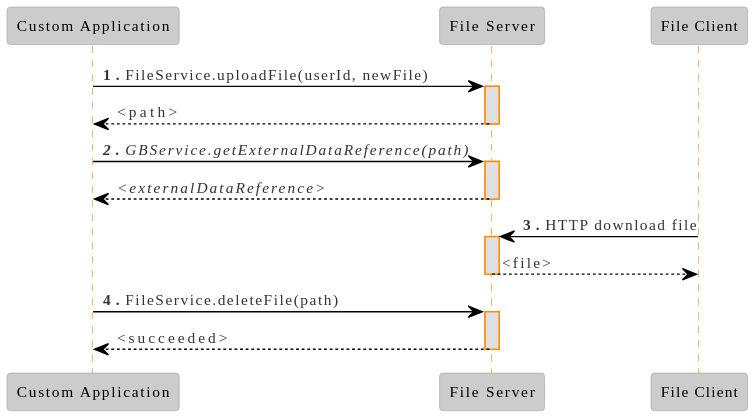
Before: docs/img/Sequence Diagram - Server - File Download.svg, a diagram exported from PlantUML (eluinstra/file-server-documentation). Its diagram source:
```plantuml
@startuml
!theme reddress-lightorange

skinparam backgroundColor transparent


participant "Custom Application" as app
participant "File Server" as fs
participant "File Client" as fc

app -> fs: **1.** FileService.uploadFile(userId, newFile)
activate fs

fs --> app: <path>
deactivate fs

app -> fs: //**2.** GBService.getExternalDataReference(path)//
activate fs

fs --> app: //<externalDataReference>//
deactivate fs

fc -> fs: **3.** HTTP download file
activate fs

fs --> fc: <file>
deactivate fs

app -> fs: **4.** FileService.deleteFile(path)
activate fs

fs --> app: <succeeded>
deactivate fs
@enduml
```
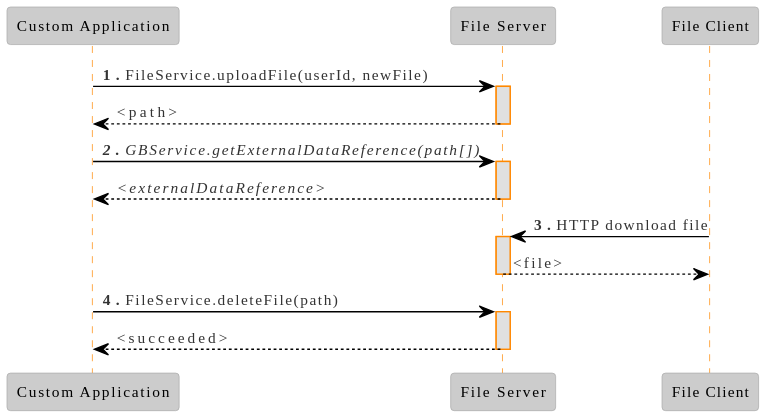
Later version of the same file.

The edit, as a diff of the source:
```diff
@@ -14,7 +14,7 @@
 fs --> app: <path>
 deactivate fs
 
-app -> fs: //**2.** GBService.getExternalDataReference(path)//
+app -> fs: //**2.** GBService.getExternalDataReference(path[])//
 activate fs
 
 fs --> app: //<externalDataReference>//
```
